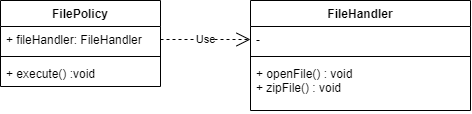
Above: dip/dip01-typical.png in Dae-Hwa/diagrams (draw.io), before the change. Source tidied: cells renumbered, new cells last; positions are measured from the earlier drawing's top-left corner, leaving out a move shared by most shapes.
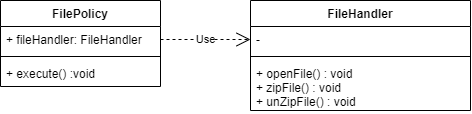
The same file after the commit.

What changed in the source:
```diff
@@ -26,7 +26,7 @@
     <mxCell id="9" style="line;strokeWidth=1;fillColor=none;align=left;verticalAlign=middle;spacingTop=-1;spacingLeft=3;spacingRight=3;labelPosition=right;" parent="7" vertex="1">
       <mxGeometry y="52" width="220" height="8" as="geometry" />
     </mxCell>
-    <mxCell id="10" value="+ openFile() : void&#10;+ zipFile() : void" style="text;strokeColor=none;fillColor=none;align=left;verticalAlign=top;spacingLeft=4;spacingRight=4;overflow=hidden;" parent="7" vertex="1">
+    <mxCell id="10" value="+ openFile() : void&#10;+ zipFile() : void&#10;+ unZipFile() : void" style="text;strokeColor=none;fillColor=none;align=left;verticalAlign=top;spacingLeft=4;spacingRight=4;overflow=hidden;" parent="7" vertex="1">
       <mxGeometry y="60" width="220" height="50" as="geometry" />
     </mxCell>
   </root>
```
